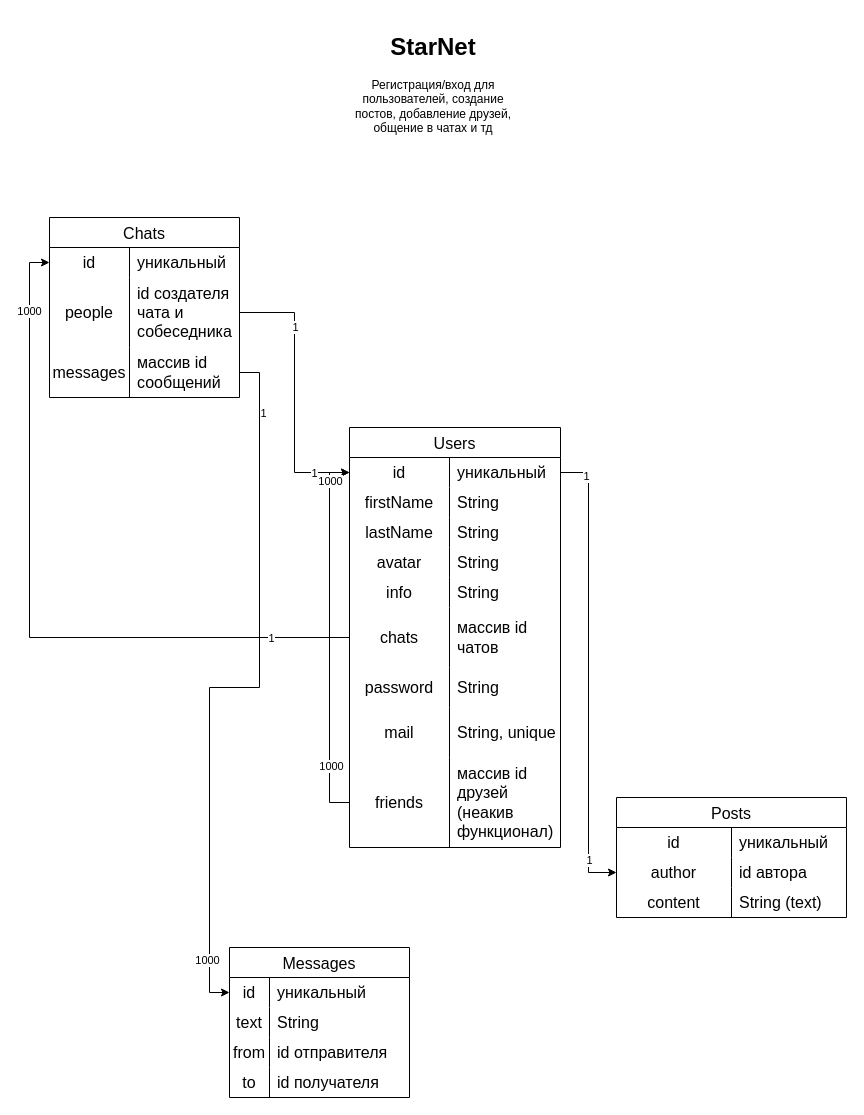
Roman3205/social-network-app keeps this draw.io diagram as app-diagram.drawio. Above is the earlier version. Source tidied: cells renumbered, new cells numbered last; positions are measured from the earlier drawing's top-left corner, leaving out a move shared by most shapes. Both pictures are drawn from the tidied source at 100%, with x=0, y=0 at pixel (49, 27).
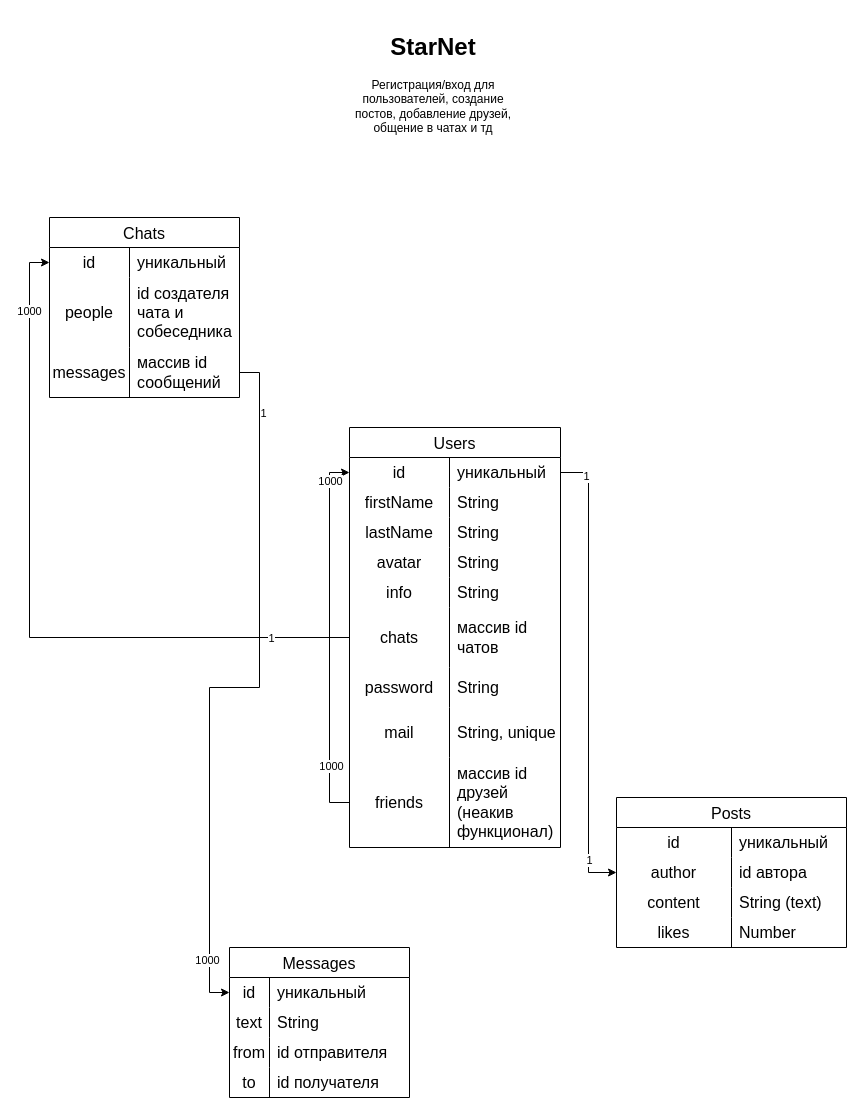
Above is the later version.

Unchanged cells that the change refers to:
```xml
<mxCell id="13" style="shape=tableRow;horizontal=0;startSize=0;swimlaneHead=0;swimlaneBody=0;top=0;left=0;bottom=0;right=0;fillColor=none;points=[[0,0.5],[1,0.5]];portConstraint=eastwest;strokeColor=inherit;fontSize=16;" parent="12" vertex="1">
  <mxGeometry y="30" width="211" height="30" as="geometry" />
</mxCell>
<mxCell id="57" style="shape=tableRow;horizontal=0;startSize=0;swimlaneHead=0;swimlaneBody=0;top=0;left=0;bottom=0;right=0;fillColor=none;points=[[0,0.5],[1,0.5]];portConstraint=eastwest;strokeColor=inherit;fontSize=16;" parent="53" vertex="1">
  <mxGeometry y="60" width="190" height="70" as="geometry" />
</mxCell>
```

What changed in the source:
```diff
@@
     <mxCell id="2" value="Posts" style="shape=table;startSize=30;childLayout=tableLayout;rowLines=0;fontStyle=0;strokeColor=default;fontSize=16;" parent="1" vertex="1">
-      <mxGeometry x="567" y="770" width="230" height="120" as="geometry" />
+      <mxGeometry x="567" y="770" width="230" height="150" as="geometry" />
     </mxCell>
@@
+    <mxCell id="79" style="shape=tableRow;horizontal=0;startSize=0;swimlaneHead=0;swimlaneBody=0;top=0;left=0;bottom=0;right=0;fillColor=none;strokeColor=inherit;fontSize=16;" parent="2" vertex="1">
+      <mxGeometry y="120" width="230" height="30" as="geometry" />
+    </mxCell>
+    <mxCell id="80" value="likes" style="shape=partialRectangle;html=1;whiteSpace=wrap;fillColor=none;top=0;left=0;bottom=0;right=0;overflow=hidden;strokeColor=inherit;fontSize=16;" parent="79" vertex="1">
+      <mxGeometry width="115" height="30" as="geometry" />
+    </mxCell>
+    <mxCell id="81" value="Number" style="shape=partialRectangle;html=1;whiteSpace=wrap;fillColor=none;top=0;left=0;bottom=0;right=0;align=left;spacingLeft=6;overflow=hidden;strokeColor=inherit;fontSize=16;" parent="79" vertex="1">
+      <mxGeometry x="115" width="115" height="30" as="geometry" />
+    </mxCell>
@@
-    <mxCell id="67" style="edgeStyle=orthogonalEdgeStyle;rounded=0;jettySize=auto;html=1;entryX=0;entryY=0.5;entryDx=0;entryDy=0;" parent="1" edge="1" source="57" target="13">
-      <mxGeometry relative="1" as="geometry" />
-    </mxCell>
-    <mxCell id="68" value="1" style="edgeLabel;html=1;align=center;verticalAlign=middle;" parent="67" vertex="1">
-      <mxGeometry x="0.73" relative="1" as="geometry" />
-    </mxCell>
-    <mxCell id="69" value="1" style="edgeLabel;html=1;align=center;verticalAlign=middle;" parent="67" vertex="1">
-      <mxGeometry x="-0.49" relative="1" as="geometry" />
-    </mxCell>
```
